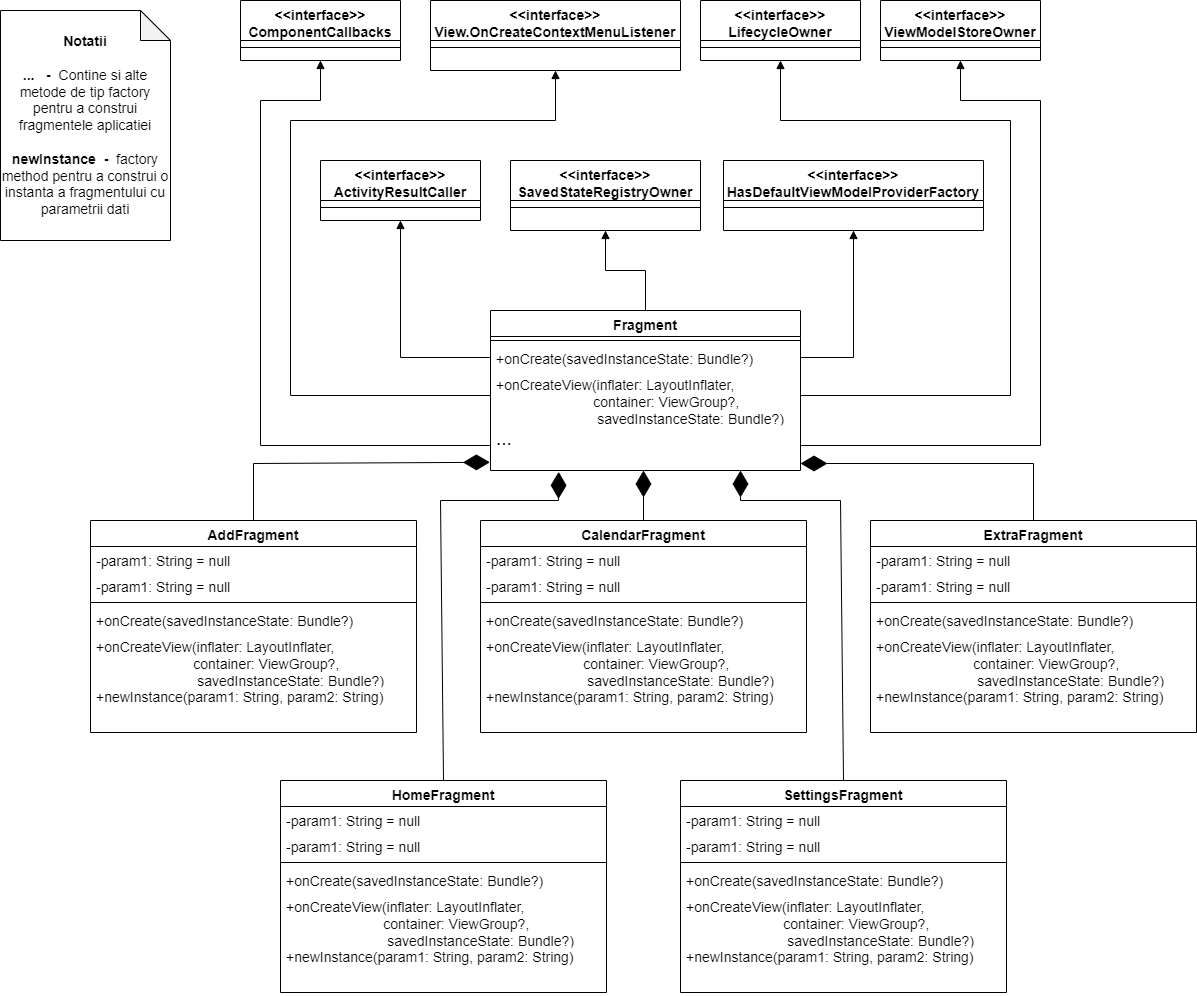
The draw.io diagram class_diagram/classDiagram.png in DiaconuAndr3i/ASSMS-Project, before a commit. Source tidied: cells renumbered, new cells last; positions are measured from the earlier drawing's top-left corner, leaving out a move shared by most shapes.
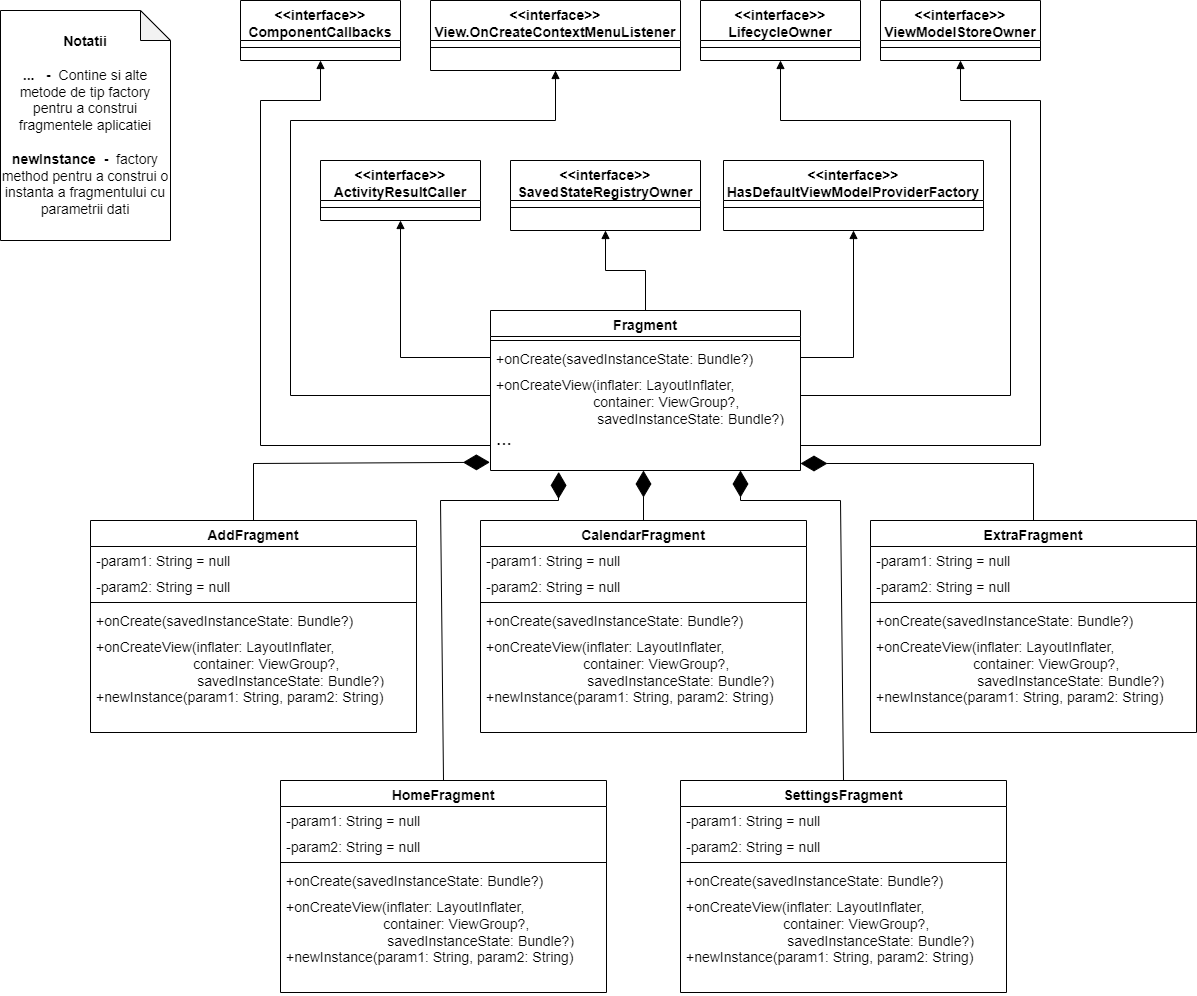
The same file after the commit.

Diff of the diagram source:
```diff
@@ -65,7 +65,7 @@
     <mxCell id="22" value="-param1: String = null" style="text;align=left;verticalAlign=top;spacingLeft=4;spacingRight=4;overflow=hidden;fontSize=14;" parent="21" vertex="1">
       <mxGeometry y="26" width="326" height="26" as="geometry" />
     </mxCell>
-    <mxCell id="23" value="-param1: String = null" style="text;align=left;verticalAlign=top;spacingLeft=4;spacingRight=4;overflow=hidden;rounded=0;shadow=0;html=0;fontSize=14;" parent="21" vertex="1">
+    <mxCell id="23" value="-param2: String = null" style="text;align=left;verticalAlign=top;spacingLeft=4;spacingRight=4;overflow=hidden;rounded=0;shadow=0;html=0;fontSize=14;" parent="21" vertex="1">
       <mxGeometry y="52" width="326" height="26" as="geometry" />
     </mxCell>
     <mxCell id="24" style="line;html=1;strokeWidth=1;align=left;verticalAlign=middle;spacingTop=-1;spacingLeft=3;spacingRight=3;labelPosition=right;" parent="21" vertex="1">
@@ -86,7 +86,7 @@
     <mxCell id="29" value="-param1: String = null" style="text;align=left;verticalAlign=top;spacingLeft=4;spacingRight=4;overflow=hidden;fontSize=14;" parent="28" vertex="1">
       <mxGeometry y="26" width="326" height="26" as="geometry" />
     </mxCell>
-    <mxCell id="30" value="-param1: String = null" style="text;align=left;verticalAlign=top;spacingLeft=4;spacingRight=4;overflow=hidden;rounded=0;shadow=0;html=0;fontSize=14;" parent="28" vertex="1">
+    <mxCell id="30" value="-param2: String = null" style="text;align=left;verticalAlign=top;spacingLeft=4;spacingRight=4;overflow=hidden;rounded=0;shadow=0;html=0;fontSize=14;" parent="28" vertex="1">
       <mxGeometry y="52" width="326" height="26" as="geometry" />
     </mxCell>
     <mxCell id="31" style="line;html=1;strokeWidth=1;align=left;verticalAlign=middle;spacingTop=-1;spacingLeft=3;spacingRight=3;labelPosition=right;" parent="28" vertex="1">
@@ -107,7 +107,7 @@
     <mxCell id="36" value="-param1: String = null" style="text;align=left;verticalAlign=top;spacingLeft=4;spacingRight=4;overflow=hidden;fontSize=14;" parent="35" vertex="1">
       <mxGeometry y="26" width="326" height="26" as="geometry" />
     </mxCell>
-    <mxCell id="37" value="-param1: String = null" style="text;align=left;verticalAlign=top;spacingLeft=4;spacingRight=4;overflow=hidden;rounded=0;shadow=0;html=0;fontSize=14;" parent="35" vertex="1">
+    <mxCell id="37" value="-param2: String = null" style="text;align=left;verticalAlign=top;spacingLeft=4;spacingRight=4;overflow=hidden;rounded=0;shadow=0;html=0;fontSize=14;" parent="35" vertex="1">
       <mxGeometry y="52" width="326" height="26" as="geometry" />
     </mxCell>
     <mxCell id="38" style="line;html=1;strokeWidth=1;align=left;verticalAlign=middle;spacingTop=-1;spacingLeft=3;spacingRight=3;labelPosition=right;" parent="35" vertex="1">
@@ -128,7 +128,7 @@
     <mxCell id="43" value="-param1: String = null" style="text;align=left;verticalAlign=top;spacingLeft=4;spacingRight=4;overflow=hidden;fontSize=14;" parent="42" vertex="1">
       <mxGeometry y="26" width="326" height="26" as="geometry" />
     </mxCell>
-    <mxCell id="44" value="-param1: String = null" style="text;align=left;verticalAlign=top;spacingLeft=4;spacingRight=4;overflow=hidden;rounded=0;shadow=0;html=0;fontSize=14;" parent="42" vertex="1">
+    <mxCell id="44" value="-param2: String = null" style="text;align=left;verticalAlign=top;spacingLeft=4;spacingRight=4;overflow=hidden;rounded=0;shadow=0;html=0;fontSize=14;" parent="42" vertex="1">
       <mxGeometry y="52" width="326" height="26" as="geometry" />
     </mxCell>
     <mxCell id="45" style="line;html=1;strokeWidth=1;align=left;verticalAlign=middle;spacingTop=-1;spacingLeft=3;spacingRight=3;labelPosition=right;" parent="42" vertex="1">
@@ -149,7 +149,7 @@
     <mxCell id="50" value="-param1: String = null" style="text;align=left;verticalAlign=top;spacingLeft=4;spacingRight=4;overflow=hidden;fontSize=14;" parent="49" vertex="1">
       <mxGeometry y="26" width="326" height="26" as="geometry" />
     </mxCell>
-    <mxCell id="51" value="-param1: String = null" style="text;align=left;verticalAlign=top;spacingLeft=4;spacingRight=4;overflow=hidden;rounded=0;shadow=0;html=0;fontSize=14;" parent="49" vertex="1">
+    <mxCell id="51" value="-param2: String = null" style="text;align=left;verticalAlign=top;spacingLeft=4;spacingRight=4;overflow=hidden;rounded=0;shadow=0;html=0;fontSize=14;" parent="49" vertex="1">
       <mxGeometry y="52" width="326" height="26" as="geometry" />
     </mxCell>
     <mxCell id="52" style="line;html=1;strokeWidth=1;align=left;verticalAlign=middle;spacingTop=-1;spacingLeft=3;spacingRight=3;labelPosition=right;" parent="49" vertex="1">
```
